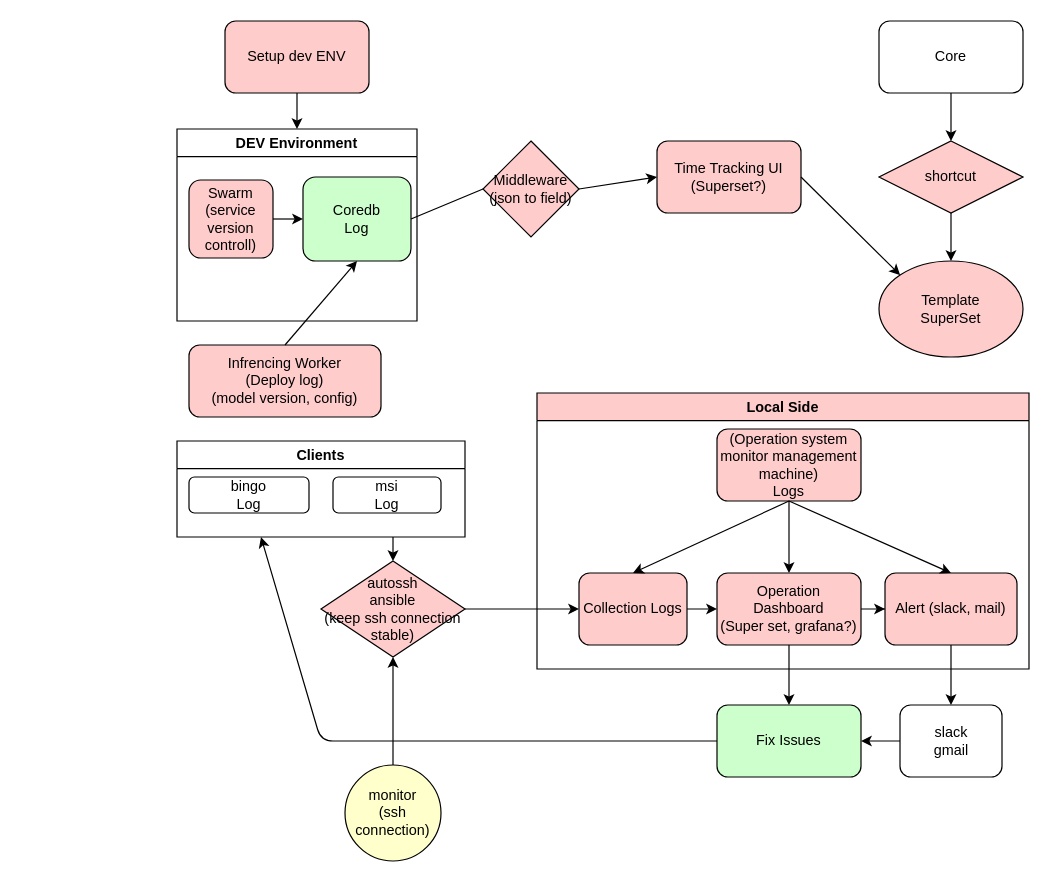
QAlexBall/diagrams keeps this draw.io diagram as System monitor.drawio. Above is the earlier version. Source tidied: cells renumbered, new cells numbered last; positions are measured from the earlier drawing's top-left corner, leaving out a move shared by most shapes. Both pictures are drawn from the tidied source at 120%, with x=0, y=0 at pixel (176, 20).
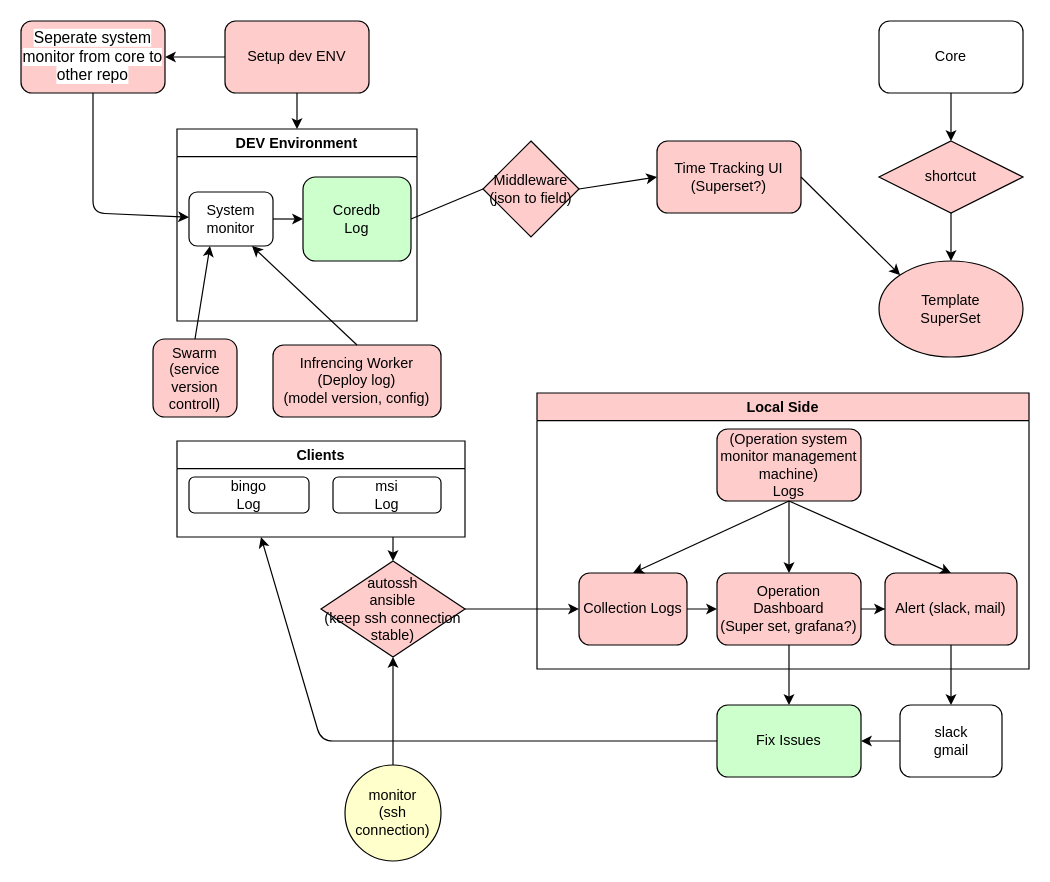
After the change.

Unchanged cells that the change refers to:
```xml
<mxCell id="7" value="DEV Environment" style="swimlane;" parent="1" vertex="1">
  <mxGeometry y="90" width="200" height="160" as="geometry" />
</mxCell>
<mxCell id="8" value="Coredb&lt;br&gt;Log" style="rounded=1;whiteSpace=wrap;html=1;fillColor=#CCFFCC;" parent="7" vertex="1">
  <mxGeometry x="105" y="40" width="90" height="70" as="geometry" />
</mxCell>
<mxCell id="23" value="Setup dev ENV" style="rounded=1;whiteSpace=wrap;html=1;fillColor=#FFCCCC;" parent="1" vertex="1">
  <mxGeometry x="40" width="120" height="60" as="geometry" />
</mxCell>
```

What changed in the source:
```diff
@@
-    <mxCell id="9" value="Swarm&lt;br&gt;(service version controll)" style="rounded=1;whiteSpace=wrap;html=1;fillColor=#FFCCCC;" parent="7" vertex="1">
-      <mxGeometry x="10" y="42.5" width="70" height="65" as="geometry" />
-    </mxCell>
-    <mxCell id="10" style="endArrow=classic;html=1;exitX=1;exitY=0.5;exitDx=0;exitDy=0;entryX=0;entryY=0.5;entryDx=0;entryDy=0;" parent="7" edge="1" source="9" target="8">
-      <mxGeometry relative="1" as="geometry" />
-    </mxCell>
+    <mxCell id="44" value="System monitor" style="rounded=1;whiteSpace=wrap;html=1;fillColor=none;" parent="7" vertex="1">
+      <mxGeometry x="10" y="52.5" width="70" height="45" as="geometry" />
+    </mxCell>
+    <mxCell id="45" style="endArrow=classic;html=1;exitX=1;exitY=0.5;exitDx=0;exitDy=0;entryX=0;entryY=0.5;entryDx=0;entryDy=0;" parent="7" edge="1" source="44" target="8">
+      <mxGeometry relative="1" as="geometry" />
+    </mxCell>
@@
     <mxCell id="16" value="Infrencing Worker&lt;br&gt;(Deploy log)&lt;br&gt;(model version, config)" style="rounded=1;whiteSpace=wrap;html=1;fillColor=#FFCCCC;" parent="1" vertex="1">
-      <mxGeometry x="10" y="270" width="160" height="60" as="geometry" />
+      <mxGeometry x="80" y="270" width="140" height="60" as="geometry" />
     </mxCell>
-    <mxCell id="17" style="endArrow=classic;html=1;exitX=0.5;exitY=0;exitDx=0;exitDy=0;entryX=0.5;entryY=1;entryDx=0;entryDy=0;" parent="1" edge="1" source="16" target="8">
+    <mxCell id="17" style="endArrow=classic;html=1;exitX=0.5;exitY=0;exitDx=0;exitDy=0;entryX=0.75;entryY=1;entryDx=0;entryDy=0;" parent="1" edge="1" source="16" target="44">
       <mxGeometry relative="1" as="geometry" />
     </mxCell>
@@
+    <mxCell id="46" value="&lt;span style=&quot;font-family: &amp;#34;arial&amp;#34; ; font-size: 13px ; text-align: left ; background-color: rgb(255 , 255 , 255)&quot;&gt;Seperate system monitor from core to other repo&lt;/span&gt;" style="rounded=1;whiteSpace=wrap;html=1;fillColor=#FFCCCC;" parent="1" vertex="1">
+      <mxGeometry x="-130" width="120" height="60" as="geometry" />
+    </mxCell>
+    <mxCell id="9" value="Swarm&lt;br&gt;(service version controll)" style="rounded=1;whiteSpace=wrap;html=1;fillColor=#FFCCCC;" parent="1" vertex="1">
+      <mxGeometry x="-20" y="265" width="70" height="65" as="geometry" />
+    </mxCell>
+    <mxCell id="10" style="endArrow=classic;html=1;exitX=0.5;exitY=0;exitDx=0;exitDy=0;entryX=0.25;entryY=1;entryDx=0;entryDy=0;" parent="1" edge="1" source="9" target="44">
+      <mxGeometry relative="1" as="geometry" />
+    </mxCell>
+    <mxCell id="47" style="endArrow=classic;html=1;exitX=0.5;exitY=1;exitDx=0;exitDy=0;" parent="1" edge="1" source="46" target="44">
+      <mxGeometry relative="1" as="geometry">
+        <Array as="points">
+          <mxPoint x="-70" y="160" />
+        </Array>
+      </mxGeometry>
+    </mxCell>
+    <mxCell id="48" style="endArrow=classic;html=1;exitX=0;exitY=0.5;exitDx=0;exitDy=0;entryX=1;entryY=0.5;entryDx=0;entryDy=0;" parent="1" edge="1" source="23" target="46">
+      <mxGeometry relative="1" as="geometry" />
+    </mxCell>
```
